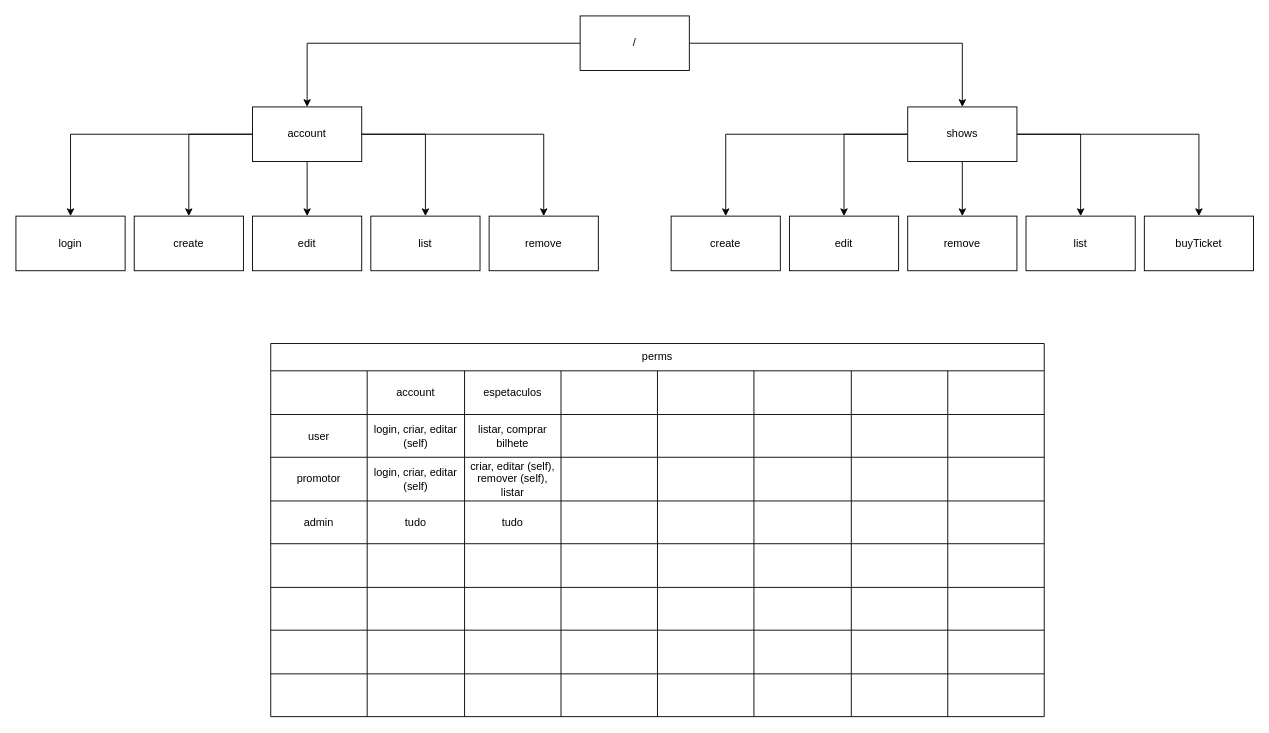
Earlier version of the draw.io diagram diagramalol.drawio (onvrb/paw). Source tidied: cells renumbered, new cells numbered last; positions are measured from the earlier drawing's top-left corner, leaving out a move shared by most shapes. Both pictures are drawn from the tidied source at 91%, with x=0, y=0 at pixel (15, 15).
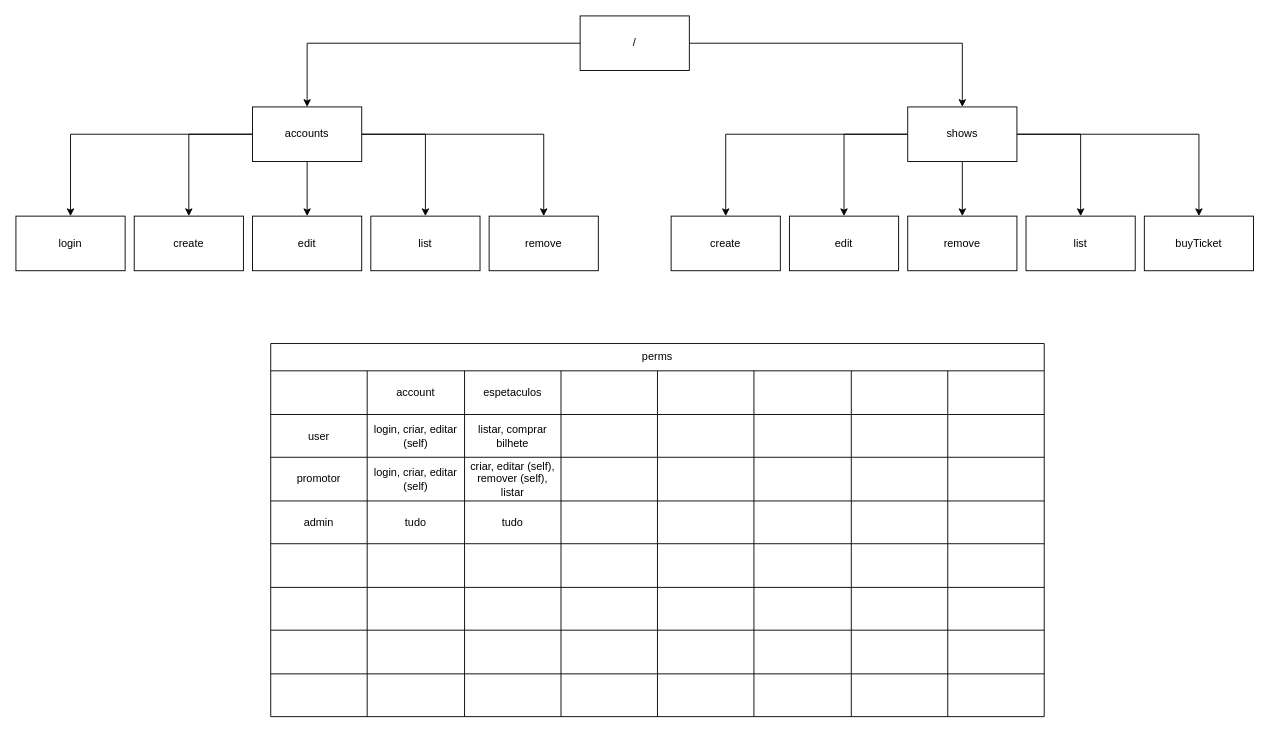
The same diagram, later.

What changed in the source:
```diff
@@
-    <mxCell id="12" value="account" style="whiteSpace=wrap;html=1;" parent="1" vertex="1">
+    <mxCell id="12" value="accounts" style="whiteSpace=wrap;html=1;" parent="1" vertex="1">
       <mxGeometry x="260" y="100" width="120" height="60" as="geometry" />
     </mxCell>
```
